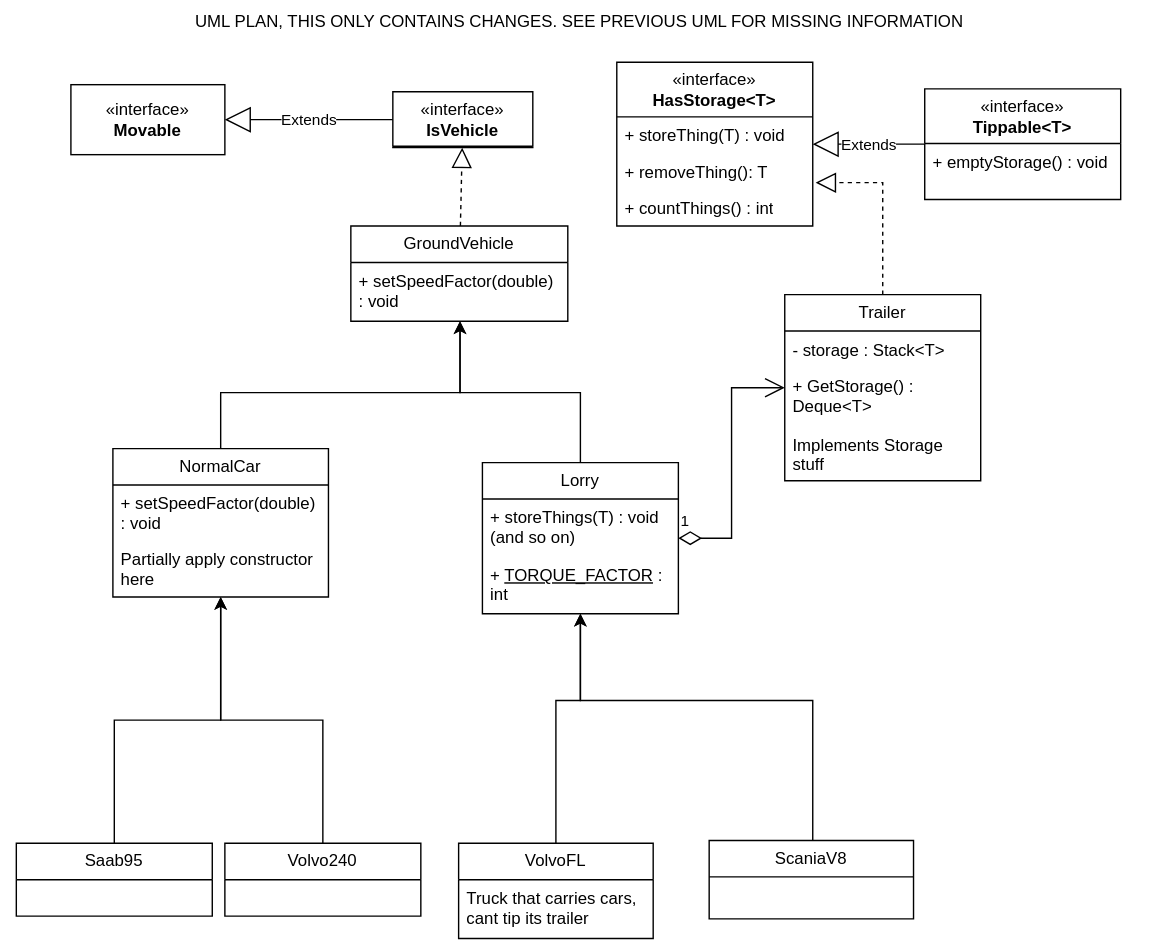
This is UML/UML-plan-with-subclasses.svg from vicha00/DIT954-Labb-Grupp16, a draw.io export, as it was before one commit. Source tidied: cells renumbered, new cells last; positions are measured from the earlier drawing's top-left corner, leaving out a move shared by most shapes.
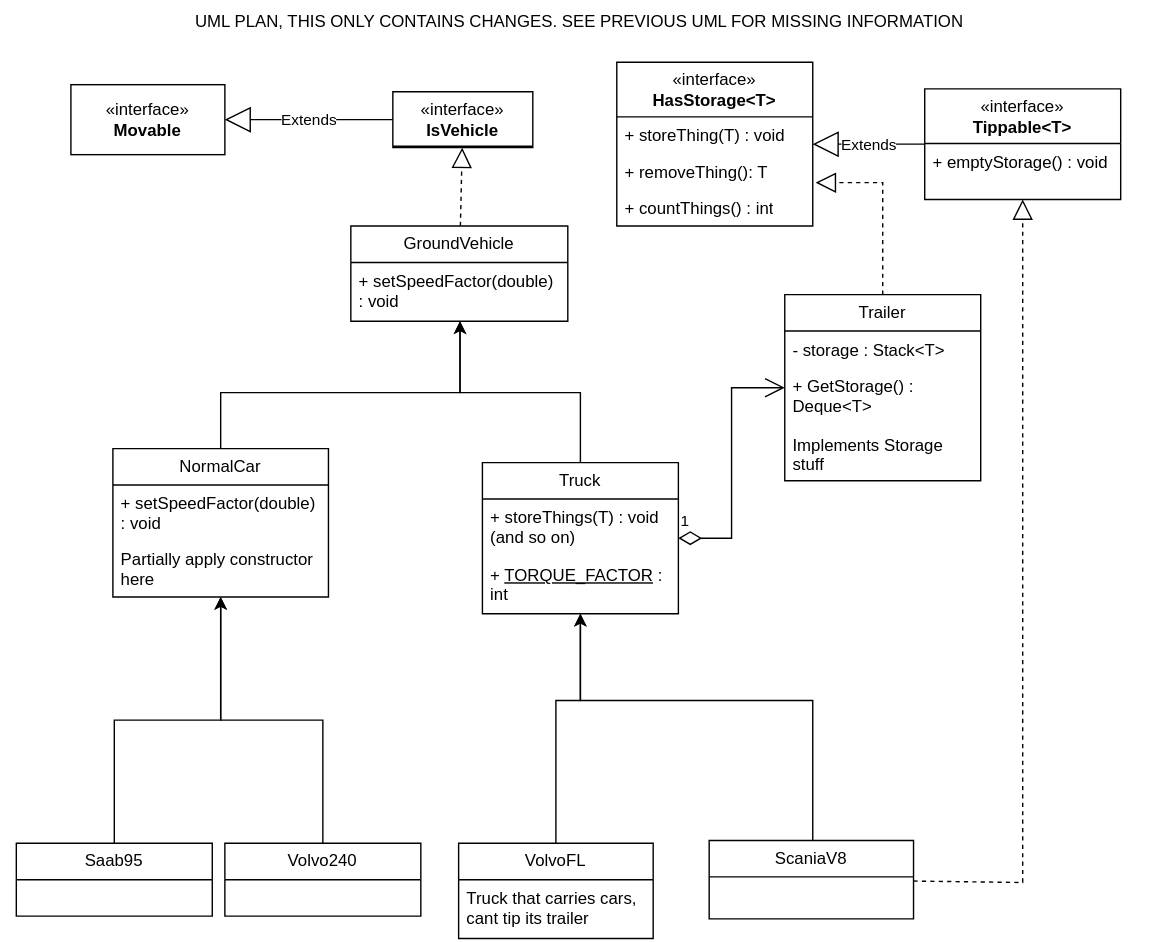
The same file after the commit.

Commit message:
added interface implemetation to UML

Diff of the diagram source:
```diff
@@ -100,7 +100,7 @@
         </Array>
       </mxGeometry>
     </mxCell>
-    <mxCell id="28" value="Lorry" style="swimlane;fontStyle=0;horizontal=1;startSize=26;fillColor=none;whiteSpace=wrap;html=1;" parent="1" vertex="1">
+    <mxCell id="28" value="&lt;div&gt;Truck&lt;/div&gt;" style="swimlane;fontStyle=0;horizontal=1;startSize=26;fillColor=none;whiteSpace=wrap;html=1;" parent="1" vertex="1">
       <mxGeometry x="344" y="330" width="140" height="108" as="geometry" />
     </mxCell>
     <mxCell id="29" value="&lt;div&gt;+ storeThings(T) : void (and so on)&lt;/div&gt;&lt;div&gt;&lt;br&gt;&lt;/div&gt;" style="text;strokeColor=none;fillColor=none;align=left;verticalAlign=top;spacingLeft=4;spacingRight=4;overflow=hidden;whiteSpace=wrap;html=1;" parent="28" vertex="1">
@@ -137,5 +137,12 @@
     <mxCell id="38" value="1" style="endArrow=open;html=1;endSize=12;startArrow=diamondThin;startSize=14;startFill=0;edgeStyle=orthogonalEdgeStyle;align=left;verticalAlign=bottom;rounded=0;" parent="1" edge="1" source="28" target="33">
       <mxGeometry x="-1" y="3" relative="1" as="geometry" />
     </mxCell>
+    <mxCell id="39" style="endArrow=block;dashed=1;endFill=0;endSize=12;html=1;rounded=0;" parent="1" edge="1" source="13" target="31">
+      <mxGeometry relative="1" as="geometry">
+        <Array as="points">
+          <mxPoint x="730" y="630" />
+        </Array>
+      </mxGeometry>
+    </mxCell>
   </root>
 </mxGraphModel>
```
